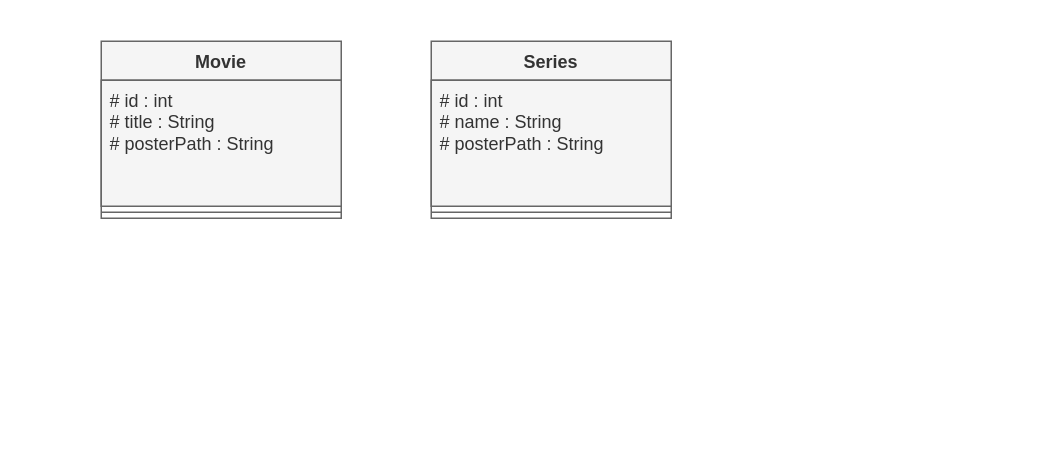
isunican/App-Movies-Grupo3 keeps this draw.io diagram as Docs/Models/domain.drawio. Above is the earlier version. Source tidied: cells renumbered, new cells numbered last; positions are measured from the earlier drawing's top-left corner, leaving out a move shared by most shapes. Both pictures are drawn from the tidied source at 150%, with x=0, y=0 at pixel (100, 40).
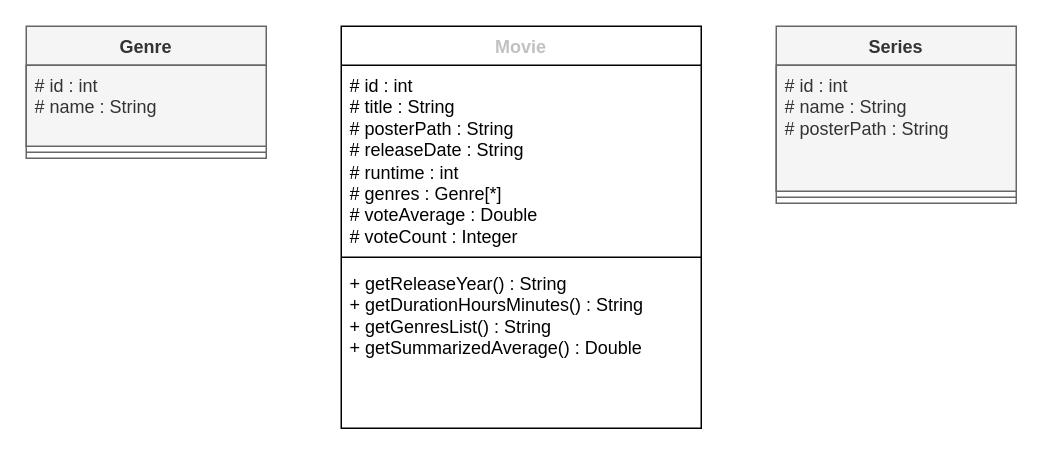
The same page after the edit.

Diff of the diagram source:
```diff
@@
 <mxGraphModel>
   <root>
     <mxCell id="0" />
     <mxCell id="1" parent="0" />
-    <mxCell id="2" value="Movie" style="swimlane;fontStyle=1;align=center;verticalAlign=top;horizontal=1;startSize=26;whiteSpace=wrap;html=1;fillColor=#f5f5f5;strokeColor=#666666;fontColor=#333333;" parent="1" vertex="1">
-      <mxGeometry width="160" height="118" as="geometry" />
-    </mxCell>
-    <mxCell id="3" value="# id : int&lt;div&gt;# title : String&lt;/div&gt;&lt;div&gt;# posterPath : String&lt;/div&gt;&lt;div&gt;&lt;br&gt;&lt;/div&gt;" style="text;strokeColor=#666666;fillColor=#f5f5f5;align=left;verticalAlign=top;spacingLeft=4;spacingRight=4;overflow=hidden;whiteSpace=wrap;html=1;fontColor=#333333;" parent="2" vertex="1">
-      <mxGeometry y="26" width="160" height="84" as="geometry" />
-    </mxCell>
-    <mxCell id="4" style="line;strokeWidth=1;fillColor=#f5f5f5;align=left;verticalAlign=middle;spacingTop=-1;spacingLeft=3;spacingRight=3;labelPosition=right;strokeColor=#666666;fontColor=#333333;" parent="2" vertex="1">
-      <mxGeometry y="110" width="160" height="8" as="geometry" />
-    </mxCell>
     <mxCell id="5" value="Series" style="swimlane;fontStyle=1;align=center;verticalAlign=top;horizontal=1;startSize=26;whiteSpace=wrap;html=1;fillColor=#f5f5f5;strokeColor=#666666;fontColor=#333333;" parent="1" vertex="1">
-      <mxGeometry x="220" width="160" height="118" as="geometry" />
+      <mxGeometry x="450" y="-10" width="160" height="118" as="geometry" />
     </mxCell>
     <mxCell id="6" value="# id : int&lt;div&gt;# name : String&lt;/div&gt;&lt;div&gt;# posterPath : String&lt;/div&gt;&lt;div&gt;&lt;br&gt;&lt;/div&gt;" style="text;strokeColor=#666666;fillColor=#f5f5f5;align=left;verticalAlign=top;spacingLeft=4;spacingRight=4;overflow=hidden;whiteSpace=wrap;html=1;fontColor=#333333;" parent="5" vertex="1">
       <mxGeometry y="26" width="160" height="84" as="geometry" />
     </mxCell>
     <mxCell id="7" style="line;strokeWidth=1;fillColor=#f5f5f5;align=left;verticalAlign=middle;spacingTop=-1;spacingLeft=3;spacingRight=3;labelPosition=right;strokeColor=#666666;fontColor=#333333;" parent="5" vertex="1">
       <mxGeometry y="110" width="160" height="8" as="geometry" />
     </mxCell>
+    <mxCell id="8" value="Genre" style="swimlane;fontStyle=1;align=center;verticalAlign=top;horizontal=1;startSize=26;whiteSpace=wrap;html=1;fillColor=#f5f5f5;strokeColor=#666666;fontColor=#333333;" parent="1" vertex="1">
+      <mxGeometry x="-50" y="-10" width="160" height="88" as="geometry" />
+    </mxCell>
+    <mxCell id="9" value="# id : int&lt;div&gt;# name : String&lt;/div&gt;" style="text;strokeColor=#666666;fillColor=#f5f5f5;align=left;verticalAlign=top;spacingLeft=4;spacingRight=4;overflow=hidden;whiteSpace=wrap;html=1;fontColor=#333333;" parent="8" vertex="1">
+      <mxGeometry y="26" width="160" height="54" as="geometry" />
+    </mxCell>
+    <mxCell id="10" style="line;strokeWidth=1;fillColor=#f5f5f5;align=left;verticalAlign=middle;spacingTop=-1;spacingLeft=3;spacingRight=3;labelPosition=right;strokeColor=#666666;fontColor=#333333;" parent="8" vertex="1">
+      <mxGeometry y="80" width="160" height="8" as="geometry" />
+    </mxCell>
+    <mxCell id="2" value="&lt;span&gt;&lt;font style=&quot;color: light-dark(rgb(193, 193, 193), rgb(255, 255, 255));&quot;&gt;Movie&lt;/font&gt;&lt;/span&gt;" style="swimlane;fontStyle=1;align=center;verticalAlign=top;horizontal=1;startSize=26;whiteSpace=wrap;html=1;" parent="1" vertex="1">
+      <mxGeometry x="160" y="-10" width="240" height="268" as="geometry" />
+    </mxCell>
+    <mxCell id="11" value="&lt;div&gt;&lt;font style=&quot;color: light-dark(rgb(0, 0, 0), rgb(255, 255, 255));&quot;&gt;# id : int&lt;/font&gt;&lt;/div&gt;&lt;div style=&quot;color: rgb(193, 193, 193);&quot;&gt;&lt;font style=&quot;color: light-dark(rgb(0, 0, 0), rgb(255, 255, 255));&quot;&gt;# title : String&lt;/font&gt;&lt;/div&gt;&lt;div style=&quot;color: rgb(193, 193, 193);&quot;&gt;&lt;font style=&quot;color: light-dark(rgb(0, 0, 0), rgb(255, 255, 255));&quot;&gt;# posterPath : String&lt;/font&gt;&lt;/div&gt;&lt;div style=&quot;color: rgb(193, 193, 193);&quot;&gt;&lt;font style=&quot;color: light-dark(rgb(0, 0, 0), rgb(255, 255, 255));&quot;&gt;# releaseDate : String&lt;/font&gt;&lt;/div&gt;&lt;div style=&quot;color: rgb(193, 193, 193);&quot;&gt;&lt;font style=&quot;color: light-dark(rgb(0, 0, 0), rgb(255, 255, 255));&quot;&gt;# runtime : int&lt;/font&gt;&lt;/div&gt;&lt;div style=&quot;color: rgb(193, 193, 193);&quot;&gt;&lt;font style=&quot;color: light-dark(rgb(0, 0, 0), rgb(255, 255, 255));&quot;&gt;# genres : Genre[*]&lt;/font&gt;&lt;/div&gt;&lt;div style=&quot;color: rgb(193, 193, 193);&quot;&gt;&lt;font style=&quot;color: light-dark(rgb(0, 0, 0), rgb(255, 255, 255));&quot;&gt;# voteAverage : Double&lt;/font&gt;&lt;/div&gt;&lt;div style=&quot;color: rgb(193, 193, 193);&quot;&gt;&lt;font style=&quot;color: light-dark(rgb(0, 0, 0), rgb(255, 255, 255));&quot;&gt;# voteCount : Integer&lt;/font&gt;&lt;/div&gt;" style="text;strokeColor=none;fillColor=none;align=left;verticalAlign=top;spacingLeft=4;spacingRight=4;overflow=hidden;whiteSpace=wrap;html=1;" parent="2" vertex="1">
+      <mxGeometry y="26" width="240" height="124" as="geometry" />
+    </mxCell>
+    <mxCell id="12" style="line;strokeWidth=1;fillColor=none;align=left;verticalAlign=middle;spacingTop=-1;spacingLeft=3;spacingRight=3;labelPosition=right;strokeColor=inherit;" parent="2" vertex="1">
+      <mxGeometry y="150" width="240" height="8" as="geometry" />
+    </mxCell>
+    <mxCell id="13" value="&lt;div&gt;&lt;span style=&quot;background-color: transparent;&quot;&gt;&lt;font style=&quot;color: light-dark(rgb(0, 0, 0), rgb(255, 255, 255));&quot;&gt;+ getReleaseYear() : String&lt;/font&gt;&lt;/span&gt;&lt;/div&gt;&lt;div style=&quot;color: rgb(193, 193, 193);&quot;&gt;&lt;font style=&quot;color: light-dark(rgb(0, 0, 0), rgb(255, 255, 255));&quot;&gt;+ getDurationHoursMinutes() : String&lt;/font&gt;&lt;/div&gt;&lt;div style=&quot;color: rgb(193, 193, 193);&quot;&gt;&lt;font style=&quot;color: light-dark(rgb(0, 0, 0), rgb(255, 255, 255));&quot;&gt;+ getGenresList() : String&lt;/font&gt;&lt;/div&gt;&lt;div style=&quot;color: rgb(193, 193, 193);&quot;&gt;&lt;font style=&quot;color: light-dark(rgb(0, 0, 0), rgb(255, 255, 255));&quot;&gt;+ getSummarizedAverage() : Double&lt;/font&gt;&lt;/div&gt;" style="text;strokeColor=none;fillColor=none;align=left;verticalAlign=top;spacingLeft=4;spacingRight=4;overflow=hidden;whiteSpace=wrap;html=1;" parent="2" vertex="1">
+      <mxGeometry y="158" width="240" height="110" as="geometry" />
+    </mxCell>
   </root>
 </mxGraphModel>
```
